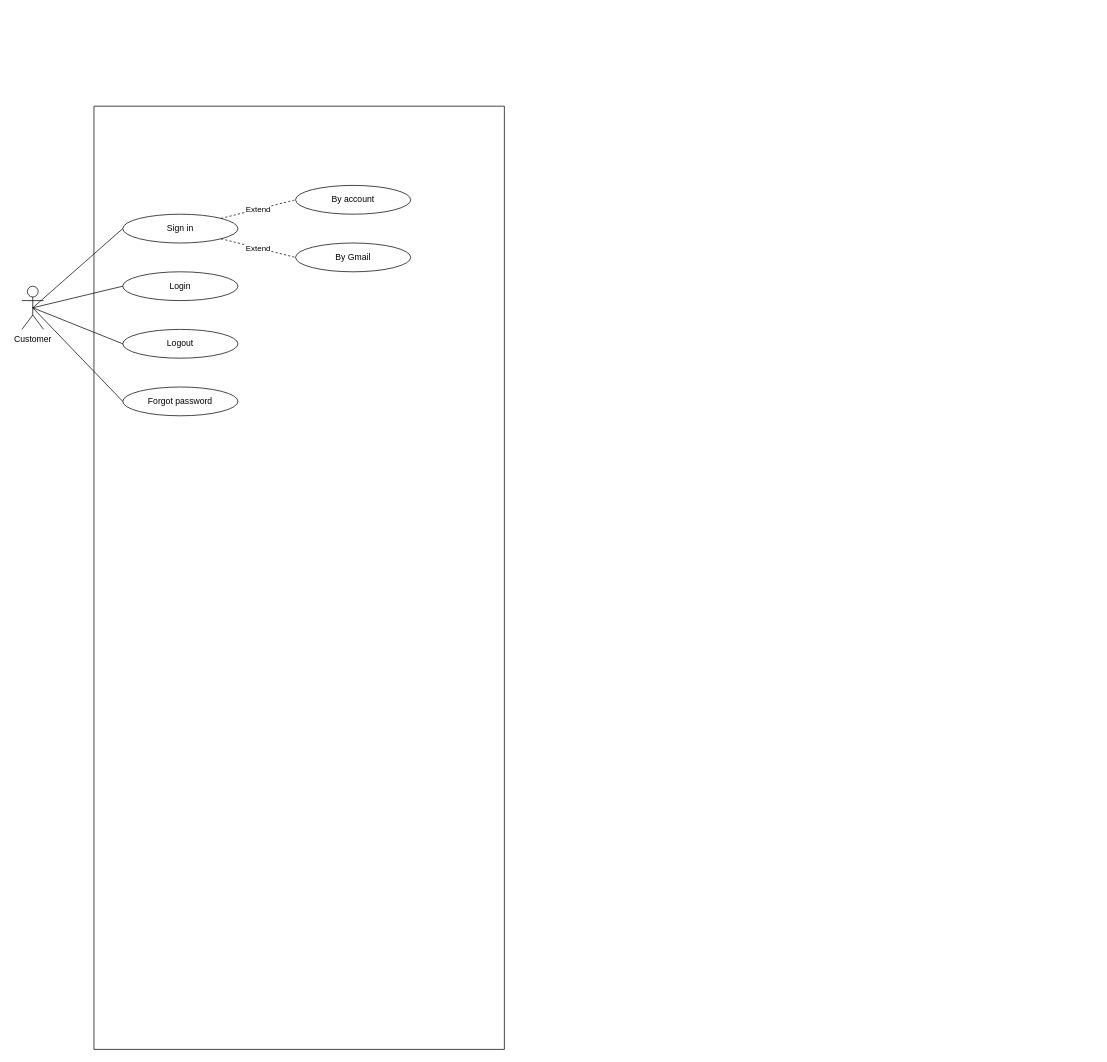
Above: Untitled Diagram.drawio in oggyne259/hehe (draw.io), before the change. Source tidied: cells renumbered, new cells numbered last; positions are measured from the earlier drawing's top-left corner, leaving out a move shared by most shapes. Both pictures are drawn from the tidied source at 72%, with x=0, y=0 at pixel (22, 106).
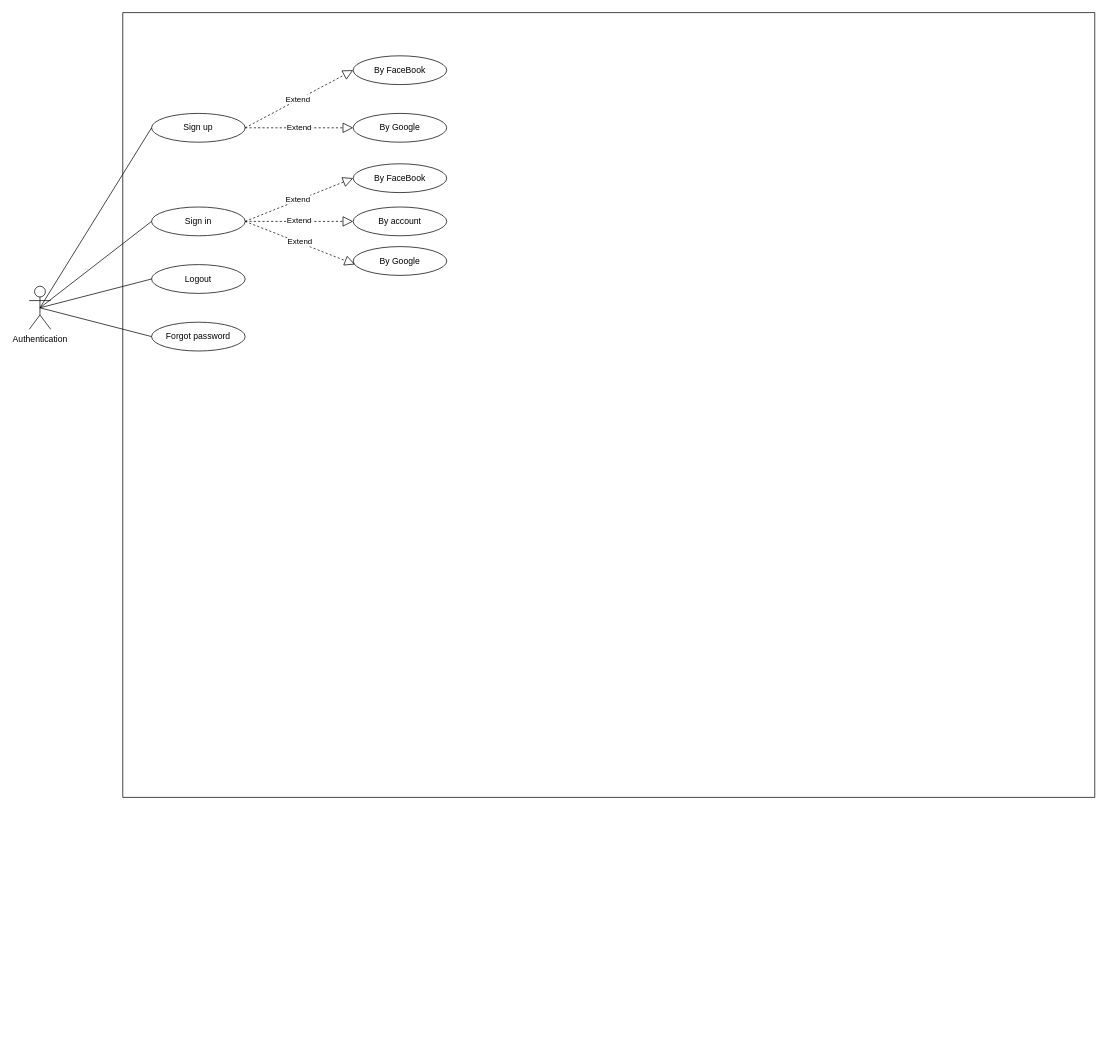
After the change.

Change to the diagram source:
```diff
@@
     <mxCell id="2" style="swimlane;startSize=0;" parent="1" vertex="1">
-      <mxGeometry x="100" width="570" height="1310" as="geometry" />
+      <mxGeometry x="140" y="-130" width="1350" height="1090" as="geometry" />
     </mxCell>
     <mxCell id="3" value="Sign in" style="ellipse;whiteSpace=wrap;html=1;" parent="2" vertex="1">
-      <mxGeometry x="40" y="150" width="160" height="40" as="geometry" />
+      <mxGeometry x="40" y="270" width="130" height="40" as="geometry" />
     </mxCell>
     <mxCell id="4" value="Logout" style="ellipse;whiteSpace=wrap;html=1;" parent="2" vertex="1">
-      <mxGeometry x="40" y="310" width="160" height="40" as="geometry" />
+      <mxGeometry x="40" y="350" width="130" height="40" as="geometry" />
     </mxCell>
     <mxCell id="5" value="Forgot password" style="ellipse;whiteSpace=wrap;html=1;" parent="2" vertex="1">
-      <mxGeometry x="40" y="390" width="160" height="40" as="geometry" />
+      <mxGeometry x="40" y="430" width="130" height="40" as="geometry" />
     </mxCell>
-    <mxCell id="6" value="Login" style="ellipse;whiteSpace=wrap;html=1;" parent="2" vertex="1">
-      <mxGeometry x="40" y="230" width="160" height="40" as="geometry" />
-    </mxCell>
     <mxCell id="7" value="By account" style="ellipse;whiteSpace=wrap;html=1;" parent="2" vertex="1">
-      <mxGeometry x="280" y="110" width="160" height="40" as="geometry" />
+      <mxGeometry x="320" y="270" width="130" height="40" as="geometry" />
     </mxCell>
+    <mxCell id="10" value="By Google" style="ellipse;whiteSpace=wrap;html=1;" parent="2" vertex="1">
+      <mxGeometry x="320" y="325" width="130" height="40" as="geometry" />
+    </mxCell>
+    <mxCell id="18" value="Sign up" style="ellipse;whiteSpace=wrap;html=1;" parent="2" vertex="1">
+      <mxGeometry x="40" y="140" width="130" height="40" as="geometry" />
+    </mxCell>
+    <mxCell id="19" value="By FaceBook" style="ellipse;whiteSpace=wrap;html=1;" parent="2" vertex="1">
+      <mxGeometry x="320" y="210" width="130" height="40" as="geometry" />
+    </mxCell>
+    <mxCell id="20" value="By FaceBook" style="ellipse;whiteSpace=wrap;html=1;" parent="2" vertex="1">
+      <mxGeometry x="320" y="60" width="130" height="40" as="geometry" />
+    </mxCell>
+    <mxCell id="21" value="By Google" style="ellipse;whiteSpace=wrap;html=1;" parent="2" vertex="1">
+      <mxGeometry x="320" y="140" width="130" height="40" as="geometry" />
+    </mxCell>
+    <mxCell id="22" style="endArrow=block;dashed=1;endFill=0;endSize=12;html=1;rounded=0;entryX=0;entryY=0.5;entryDx=0;entryDy=0;exitX=1;exitY=0.5;exitDx=0;exitDy=0;" parent="2" edge="1" source="18" target="20">
+      <mxGeometry relative="1" as="geometry" />
+    </mxCell>
+    <mxCell id="23" value="Extend" style="edgeLabel;html=1;align=center;verticalAlign=middle;" parent="22" vertex="1">
+      <mxGeometry x="-0.02" y="2" relative="1" as="geometry" />
+    </mxCell>
+    <mxCell id="11" style="endArrow=block;dashed=1;endFill=0;endSize=12;html=1;rounded=0;entryX=0.019;entryY=0.618;entryDx=0;entryDy=0;exitX=1;exitY=0.5;exitDx=0;exitDy=0;entryPerimeter=0;" parent="2" edge="1" source="3" target="10">
+      <mxGeometry relative="1" as="geometry" />
+    </mxCell>
+    <mxCell id="24" value="Extend" style="edgeLabel;html=1;align=center;verticalAlign=middle;" parent="11" vertex="1">
+      <mxGeometry x="-0.02" y="2" relative="1" as="geometry" />
+    </mxCell>
+    <mxCell id="25" style="endArrow=block;dashed=1;endFill=0;endSize=12;html=1;rounded=0;entryX=0;entryY=0.5;entryDx=0;entryDy=0;exitX=1;exitY=0.5;exitDx=0;exitDy=0;" parent="2" edge="1" source="18" target="21">
+      <mxGeometry relative="1" as="geometry" />
+    </mxCell>
+    <mxCell id="26" value="Extend" style="edgeLabel;html=1;align=center;verticalAlign=middle;" parent="25" vertex="1">
+      <mxGeometry x="-0.02" y="2" relative="1" as="geometry" />
+    </mxCell>
+    <mxCell id="27" style="endArrow=block;dashed=1;endFill=0;endSize=12;html=1;rounded=0;entryX=0;entryY=0.5;entryDx=0;entryDy=0;exitX=1;exitY=0.5;exitDx=0;exitDy=0;" parent="2" edge="1" source="3" target="19">
+      <mxGeometry relative="1" as="geometry" />
+    </mxCell>
+    <mxCell id="28" value="Extend" style="edgeLabel;html=1;align=center;verticalAlign=middle;" parent="27" vertex="1">
+      <mxGeometry x="-0.02" y="2" relative="1" as="geometry" />
+    </mxCell>
-    <mxCell id="8" style="endArrow=none;dashed=1;html=1;rounded=0;entryX=0;entryY=0.5;entryDx=0;entryDy=0;exitX=1;exitY=0;exitDx=0;exitDy=0;" parent="2" edge="1" source="3" target="7">
+    <mxCell id="8" style="endArrow=block;dashed=1;endFill=0;endSize=12;html=1;rounded=0;entryX=0;entryY=0.5;entryDx=0;entryDy=0;exitX=1;exitY=0.5;exitDx=0;exitDy=0;" parent="2" edge="1" source="3" target="7">
       <mxGeometry relative="1" as="geometry" />
     </mxCell>
-    <mxCell id="9" value="Extend" style="edgeLabel;html=1;align=center;verticalAlign=middle;" parent="8" vertex="1">
-      <mxGeometry x="-0.03" relative="1" as="geometry" />
-    </mxCell>
-    <mxCell id="10" value="By Gmail" style="ellipse;whiteSpace=wrap;html=1;" parent="2" vertex="1">
-      <mxGeometry x="280" y="190" width="160" height="40" as="geometry" />
-    </mxCell>
-    <mxCell id="11" style="endArrow=none;dashed=1;html=1;rounded=0;entryX=0;entryY=0.5;entryDx=0;entryDy=0;exitX=1;exitY=1;exitDx=0;exitDy=0;" parent="2" edge="1" source="3" target="10">
-      <mxGeometry relative="1" as="geometry" />
-    </mxCell>
-    <mxCell id="12" value="Extend" style="edgeLabel;html=1;align=center;verticalAlign=middle;" parent="11" vertex="1">
-      <mxGeometry x="-0.03" relative="1" as="geometry" />
-    </mxCell>
+    <mxCell id="29" value="Extend" style="edgeLabel;html=1;align=center;verticalAlign=middle;" parent="8" vertex="1">
+      <mxGeometry x="-0.02" y="2" relative="1" as="geometry" />
+    </mxCell>
-    <mxCell id="13" value="Customer" style="shape=umlActor;verticalLabelPosition=bottom;verticalAlign=top;html=1;outlineConnect=0;" parent="1" vertex="1">
-      <mxGeometry y="250" width="30" height="60" as="geometry" />
+    <mxCell id="13" value="Authentication" style="shape=umlActor;verticalLabelPosition=bottom;verticalAlign=top;html=1;outlineConnect=0;" parent="1" vertex="1">
+      <mxGeometry x="10" y="250" width="30" height="60" as="geometry" />
     </mxCell>
-    <mxCell id="14" style="endArrow=none;html=1;rounded=0;entryX=0;entryY=0.5;entryDx=0;entryDy=0;exitX=0.5;exitY=0.5;exitDx=0;exitDy=0;exitPerimeter=0;" parent="1" edge="1" source="13" target="6">
-      <mxGeometry relative="1" as="geometry" />
-    </mxCell>
@@
+    <mxCell id="30" style="endArrow=none;html=1;rounded=0;entryX=0;entryY=0.5;entryDx=0;entryDy=0;exitX=0.5;exitY=0.5;exitDx=0;exitDy=0;exitPerimeter=0;" parent="1" edge="1" source="13" target="18">
+      <mxGeometry relative="1" as="geometry" />
+    </mxCell>
```
